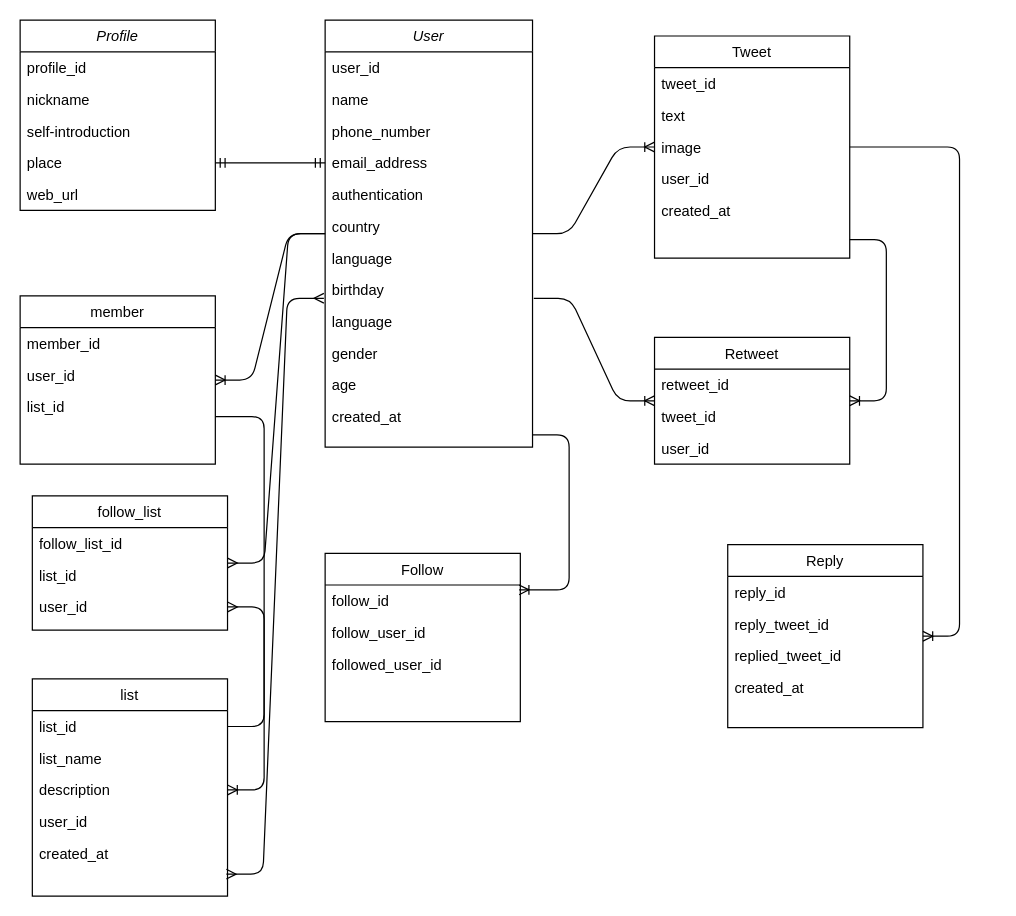
The draw.io diagram Twitter_ER_diagrams.drawio in ShotaTsuru/ruby-practices, before the edit. Source tidied: cells renumbered, new cells numbered last; positions are measured from the earlier drawing's top-left corner, leaving out a move shared by most shapes. Both pictures are drawn from the tidied source at 122%, with x=0, y=0 at pixel (20, 20).
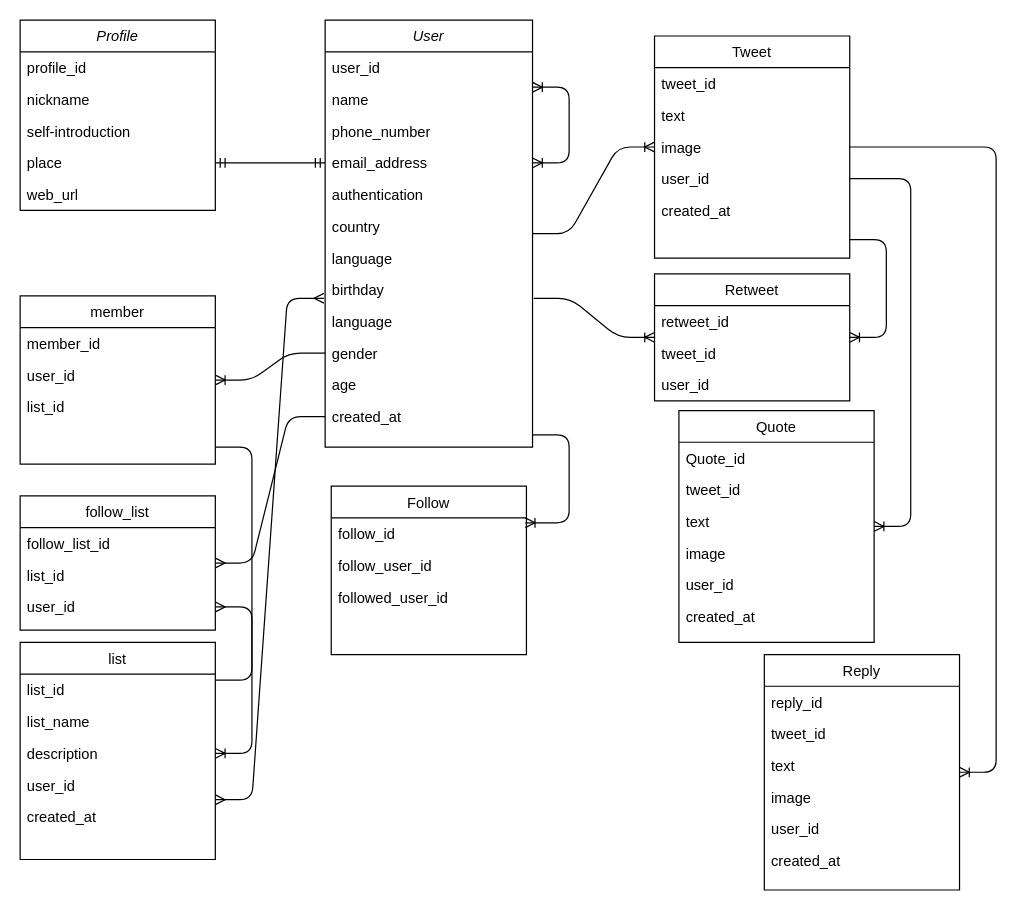
After the change.

The change refers to these unchanged cells:
```xml
<mxCell id="21" value="user_id" style="text;align=left;verticalAlign=top;spacingLeft=4;spacingRight=4;overflow=hidden;points=[[0,0.5],[1,0.5]];portConstraint=eastwest;rounded=0;shadow=0;html=0;" parent="17" vertex="1">
  <mxGeometry y="104" width="160" height="26" as="geometry" />
</mxCell>
<mxCell id="23" value="User" style="swimlane;fontStyle=2;align=center;verticalAlign=top;horizontal=1;startSize=26;rounded=0;shadow=0;strokeWidth=1;" parent="1" vertex="1">
  <mxGeometry x="250" width="170" height="350" as="geometry" />
</mxCell>
<mxCell id="25" value="name" style="text;align=left;verticalAlign=top;spacingLeft=4;spacingRight=4;overflow=hidden;points=[[0,0.5],[1,0.5]];portConstraint=eastwest;" parent="23" vertex="1">
  <mxGeometry y="52" width="170" height="26" as="geometry" />
</mxCell>
<mxCell id="27" value="email_address" style="text;align=left;verticalAlign=top;spacingLeft=4;spacingRight=4;overflow=hidden;points=[[0,0.5],[1,0.5]];portConstraint=eastwest;rounded=0;shadow=0;html=0;" parent="23" vertex="1">
  <mxGeometry y="104" width="170" height="26" as="geometry" />
</mxCell>
<mxCell id="31" value="birthday" style="text;align=left;verticalAlign=top;spacingLeft=4;spacingRight=4;overflow=hidden;points=[[0,0.5],[1,0.5]];portConstraint=eastwest;" parent="23" vertex="1">
  <mxGeometry y="208" width="170" height="26" as="geometry" />
</mxCell>
<mxCell id="33" value="gender" style="text;align=left;verticalAlign=top;spacingLeft=4;spacingRight=4;overflow=hidden;points=[[0,0.5],[1,0.5]];portConstraint=eastwest;" parent="23" vertex="1">
  <mxGeometry y="260" width="170" height="26" as="geometry" />
</mxCell>
<mxCell id="35" value="created_at" style="text;align=left;verticalAlign=top;spacingLeft=4;spacingRight=4;overflow=hidden;points=[[0,0.5],[1,0.5]];portConstraint=eastwest;" parent="23" vertex="1">
  <mxGeometry y="312" width="170" height="26" as="geometry" />
</mxCell>
<mxCell id="37" value="list_id" style="text;align=left;verticalAlign=top;spacingLeft=4;spacingRight=4;overflow=hidden;points=[[0,0.5],[1,0.5]];portConstraint=eastwest;" parent="36" vertex="1">
  <mxGeometry y="26" width="160" height="26" as="geometry" />
</mxCell>
<mxCell id="39" value="description" style="text;align=left;verticalAlign=top;spacingLeft=4;spacingRight=4;overflow=hidden;points=[[0,0.5],[1,0.5]];portConstraint=eastwest;rounded=0;shadow=0;html=0;" parent="36" vertex="1">
  <mxGeometry y="78" width="160" height="26" as="geometry" />
</mxCell>
<mxCell id="41" value="created_at" style="text;align=left;verticalAlign=top;spacingLeft=4;spacingRight=4;overflow=hidden;points=[[0,0.5],[1,0.5]];portConstraint=eastwest;" parent="36" vertex="1">
  <mxGeometry y="130" width="160" height="26" as="geometry" />
</mxCell>
<mxCell id="44" value="member" style="swimlane;fontStyle=0;align=center;verticalAlign=top;horizontal=1;startSize=26;rounded=0;shadow=0;strokeWidth=1;" parent="1" vertex="1">
  <mxGeometry y="226" width="160" height="138" as="geometry" />
</mxCell>
<mxCell id="62" value="user_id" style="text;align=left;verticalAlign=top;spacingLeft=4;spacingRight=4;overflow=hidden;points=[[0,0.5],[1,0.5]];portConstraint=eastwest;rounded=0;shadow=0;html=0;" parent="59" vertex="1">
  <mxGeometry y="78" width="160" height="26" as="geometry" />
</mxCell>
```

The edit, as a diff of the source:
```diff
@@
     <mxCell id="8" value="Reply" style="swimlane;fontStyle=0;align=center;verticalAlign=top;horizontal=1;startSize=26;rounded=0;shadow=0;strokeWidth=1;" parent="1" vertex="1">
-      <mxGeometry x="580" y="430" width="160" height="150" as="geometry" />
+      <mxGeometry x="610" y="520" width="160" height="193" as="geometry" />
     </mxCell>
@@
-    <mxCell id="10" value="reply_tweet_id" style="text;align=left;verticalAlign=top;spacingLeft=4;spacingRight=4;overflow=hidden;rounded=0;shadow=0;html=0;" parent="8" vertex="1">
+    <mxCell id="10" value="tweet_id" style="text;align=left;verticalAlign=top;spacingLeft=4;spacingRight=4;overflow=hidden;rounded=0;shadow=0;html=0;" parent="8" vertex="1">
       <mxGeometry y="52" width="160" height="26" as="geometry" />
     </mxCell>
-    <mxCell id="11" value="replied_tweet_id" style="text;align=left;verticalAlign=top;spacingLeft=4;spacingRight=4;overflow=hidden;rounded=0;shadow=0;html=0;" parent="8" vertex="1">
-      <mxGeometry y="78" width="160" height="26" as="geometry" />
-    </mxCell>
+    <mxCell id="65" value="text" style="text;align=left;verticalAlign=top;spacingLeft=4;spacingRight=4;overflow=hidden;rounded=0;shadow=0;html=0;" parent="8" vertex="1">
+      <mxGeometry y="78" width="160" height="26" as="geometry" />
+    </mxCell>
+    <mxCell id="66" value="image" style="text;align=left;verticalAlign=top;spacingLeft=4;spacingRight=4;overflow=hidden;rounded=0;shadow=0;html=0;" parent="8" vertex="1">
+      <mxGeometry y="104" width="160" height="26" as="geometry" />
+    </mxCell>
+    <mxCell id="67" value="user_id&#10;" style="text;align=left;verticalAlign=top;spacingLeft=4;spacingRight=4;overflow=hidden;rounded=0;shadow=0;html=0;" parent="8" vertex="1">
+      <mxGeometry y="130" width="160" height="26" as="geometry" />
+    </mxCell>
     <mxCell id="12" value="created_at" style="text;align=left;verticalAlign=top;spacingLeft=4;spacingRight=4;overflow=hidden;" parent="8" vertex="1">
-      <mxGeometry y="104" width="160" height="26" as="geometry" />
+      <mxGeometry y="156" width="160" height="26" as="geometry" />
     </mxCell>
     <mxCell id="13" value="Retweet" style="swimlane;fontStyle=0;align=center;verticalAlign=top;horizontal=1;startSize=26;rounded=0;shadow=0;strokeWidth=1;" parent="1" vertex="1">
-      <mxGeometry x="520" y="260" width="160" height="104" as="geometry" />
+      <mxGeometry x="520" y="208" width="160" height="104" as="geometry" />
     </mxCell>
@@
+    <mxCell id="68" style="edgeStyle=entityRelationEdgeStyle;fontSize=12;html=1;endArrow=ERoneToMany;startArrow=ERoneToMany;exitX=1;exitY=0.115;exitDx=0;exitDy=0;exitPerimeter=0;entryX=1;entryY=0.5;entryDx=0;entryDy=0;" parent="23" edge="1" source="25" target="27">
+      <mxGeometry relative="1" as="geometry" />
+    </mxCell>
     <mxCell id="36" value="list" style="swimlane;fontStyle=0;align=center;verticalAlign=top;horizontal=1;startSize=26;rounded=0;shadow=0;strokeWidth=1;" parent="1" vertex="1">
-      <mxGeometry x="10" y="540" width="160" height="178" as="geometry" />
+      <mxGeometry y="510" width="160" height="178" as="geometry" />
     </mxCell>
@@
-    <mxCell id="43" style="edgeStyle=entityRelationEdgeStyle;fontSize=12;html=1;endArrow=ERmany;startArrow=ERmany;entryX=-0.006;entryY=0.769;entryDx=0;entryDy=0;entryPerimeter=0;exitX=0.994;exitY=1.154;exitDx=0;exitDy=0;exitPerimeter=0;" parent="1" edge="1" source="41" target="31">
-      <mxGeometry relative="1" as="geometry" />
+    <mxCell id="43" style="edgeStyle=entityRelationEdgeStyle;fontSize=12;html=1;endArrow=ERmany;startArrow=ERmany;entryX=-0.006;entryY=0.769;entryDx=0;entryDy=0;entryPerimeter=0;" parent="1" edge="1" target="31">
+      <mxGeometry relative="1" as="geometry">
+        <mxPoint x="160" y="639" as="sourcePoint" />
+      </mxGeometry>
     </mxCell>
@@
     <mxCell id="48" style="edgeStyle=entityRelationEdgeStyle;fontSize=12;html=1;endArrow=ERoneToMany;" parent="1" edge="1" target="39">
       <mxGeometry relative="1" as="geometry">
-        <mxPoint x="160" y="325" as="sourcePoint" />
+        <mxPoint x="160" y="350" as="sourcePoint" />
       </mxGeometry>
     </mxCell>
-    <mxCell id="49" style="edgeStyle=entityRelationEdgeStyle;fontSize=12;html=1;endArrow=ERoneToMany;" parent="1" edge="1" source="23" target="44">
+    <mxCell id="49" style="edgeStyle=entityRelationEdgeStyle;fontSize=12;html=1;endArrow=ERoneToMany;exitX=0;exitY=0.5;exitDx=0;exitDy=0;" parent="1" edge="1" source="33" target="44">
       <mxGeometry relative="1" as="geometry" />
     </mxCell>
     <mxCell id="50" value="Follow" style="swimlane;fontStyle=0;align=center;verticalAlign=top;horizontal=1;startSize=26;rounded=0;shadow=0;strokeWidth=1;" parent="1" vertex="1">
-      <mxGeometry x="250" y="437" width="160" height="138" as="geometry" />
+      <mxGeometry x="255" y="382" width="160" height="138" as="geometry" />
     </mxCell>
@@
     <mxCell id="59" value="follow_list" style="swimlane;fontStyle=0;align=center;verticalAlign=top;horizontal=1;startSize=26;rounded=0;shadow=0;strokeWidth=1;" parent="1" vertex="1">
-      <mxGeometry x="10" y="390" width="160" height="110" as="geometry" />
+      <mxGeometry y="390" width="160" height="110" as="geometry" />
     </mxCell>
@@
-    <mxCell id="63" style="edgeStyle=entityRelationEdgeStyle;fontSize=12;html=1;endArrow=ERmany;entryX=1;entryY=0.5;entryDx=0;entryDy=0;exitX=1;exitY=0.5;exitDx=0;exitDy=0;" parent="1" edge="1" source="37" target="62">
+    <mxCell id="63" style="edgeStyle=entityRelationEdgeStyle;fontSize=12;html=1;endArrow=ERmany;exitX=1;exitY=0.192;exitDx=0;exitDy=0;exitPerimeter=0;" parent="1" edge="1" source="37" target="62">
       <mxGeometry relative="1" as="geometry" />
     </mxCell>
-    <mxCell id="64" style="edgeStyle=entityRelationEdgeStyle;fontSize=12;html=1;endArrow=ERmany;" parent="1" edge="1" source="23" target="59">
+    <mxCell id="64" style="edgeStyle=entityRelationEdgeStyle;fontSize=12;html=1;endArrow=ERmany;exitX=0;exitY=0.5;exitDx=0;exitDy=0;" parent="1" edge="1" source="35" target="59">
       <mxGeometry relative="1" as="geometry" />
     </mxCell>
+    <mxCell id="69" value="Quote" style="swimlane;fontStyle=0;align=center;verticalAlign=top;horizontal=1;startSize=26;rounded=0;shadow=0;strokeWidth=1;" parent="1" vertex="1">
+      <mxGeometry x="540" y="320" width="160" height="190" as="geometry" />
+    </mxCell>
+    <mxCell id="70" value="Quote_id" style="text;align=left;verticalAlign=top;spacingLeft=4;spacingRight=4;overflow=hidden;" parent="69" vertex="1">
+      <mxGeometry y="26" width="160" height="26" as="geometry" />
+    </mxCell>
+    <mxCell id="71" value="tweet_id" style="text;align=left;verticalAlign=top;spacingLeft=4;spacingRight=4;overflow=hidden;" parent="69" vertex="1">
+      <mxGeometry y="52" width="160" height="26" as="geometry" />
+    </mxCell>
+    <mxCell id="72" value="text" style="text;align=left;verticalAlign=top;spacingLeft=4;spacingRight=4;overflow=hidden;rounded=0;shadow=0;html=0;" parent="69" vertex="1">
+      <mxGeometry y="78" width="160" height="26" as="geometry" />
+    </mxCell>
+    <mxCell id="73" value="image" style="text;align=left;verticalAlign=top;spacingLeft=4;spacingRight=4;overflow=hidden;rounded=0;shadow=0;html=0;" parent="69" vertex="1">
+      <mxGeometry y="104" width="160" height="26" as="geometry" />
+    </mxCell>
+    <mxCell id="74" value="user_id&#10;" style="text;align=left;verticalAlign=top;spacingLeft=4;spacingRight=4;overflow=hidden;rounded=0;shadow=0;html=0;" parent="69" vertex="1">
+      <mxGeometry y="130" width="160" height="26" as="geometry" />
+    </mxCell>
+    <mxCell id="75" value="created_at" style="text;align=left;verticalAlign=top;spacingLeft=4;spacingRight=4;overflow=hidden;" parent="69" vertex="1">
+      <mxGeometry y="156" width="160" height="26" as="geometry" />
+    </mxCell>
+    <mxCell id="76" style="edgeStyle=entityRelationEdgeStyle;fontSize=12;html=1;endArrow=ERoneToMany;exitX=1;exitY=0.5;exitDx=0;exitDy=0;" parent="1" edge="1" source="21" target="69">
+      <mxGeometry relative="1" as="geometry" />
+    </mxCell>
```
